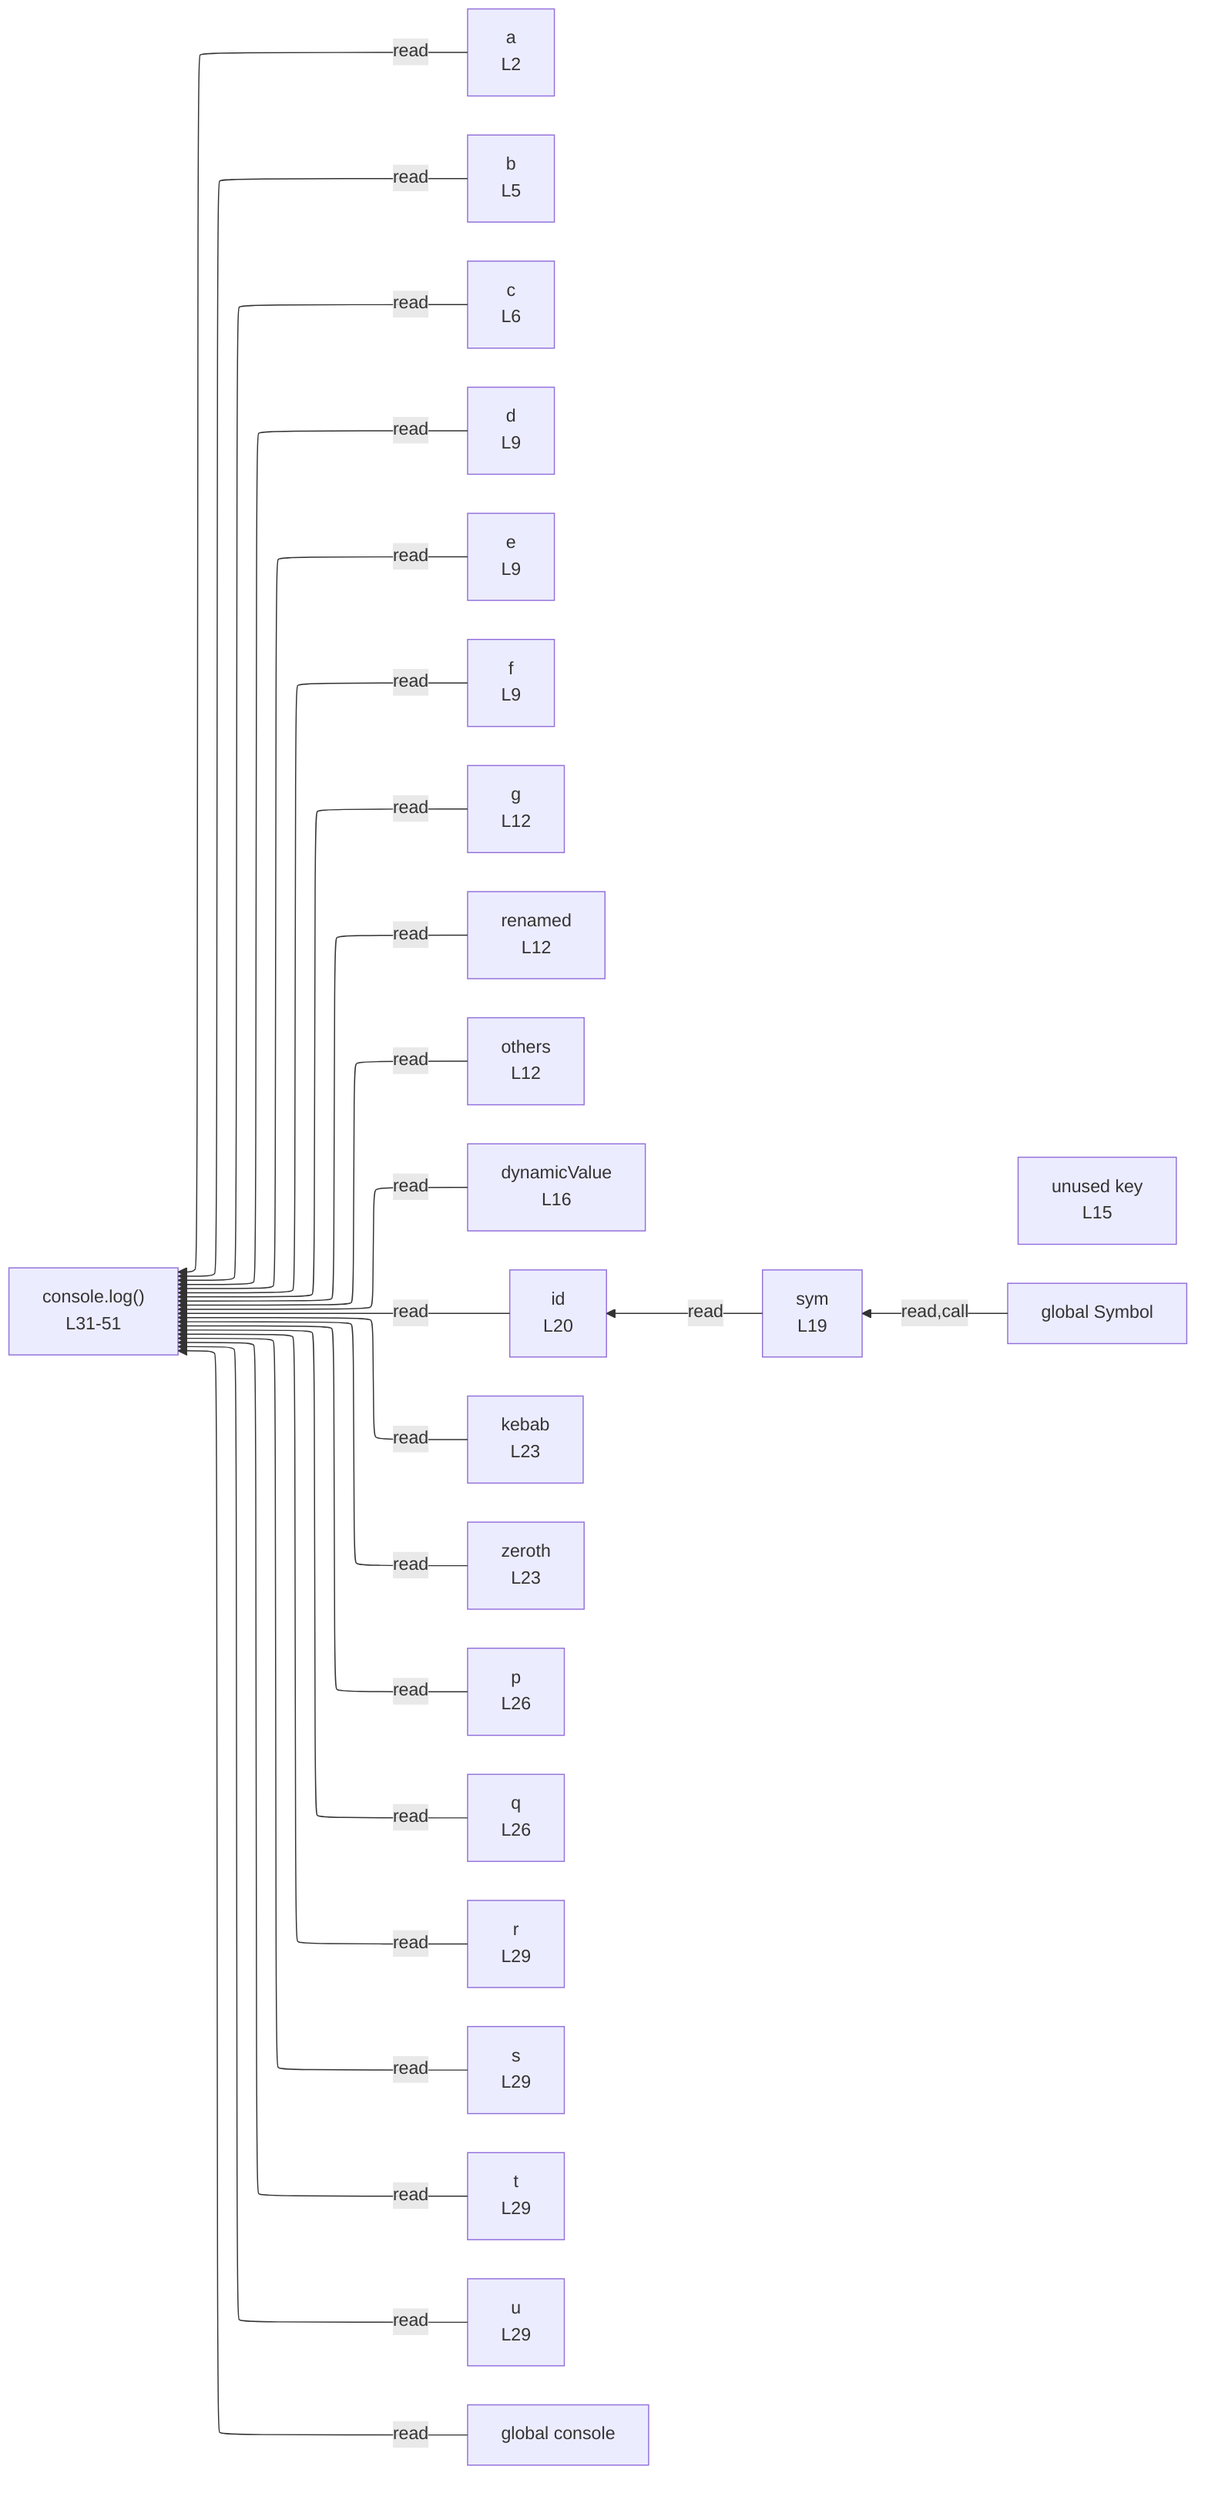
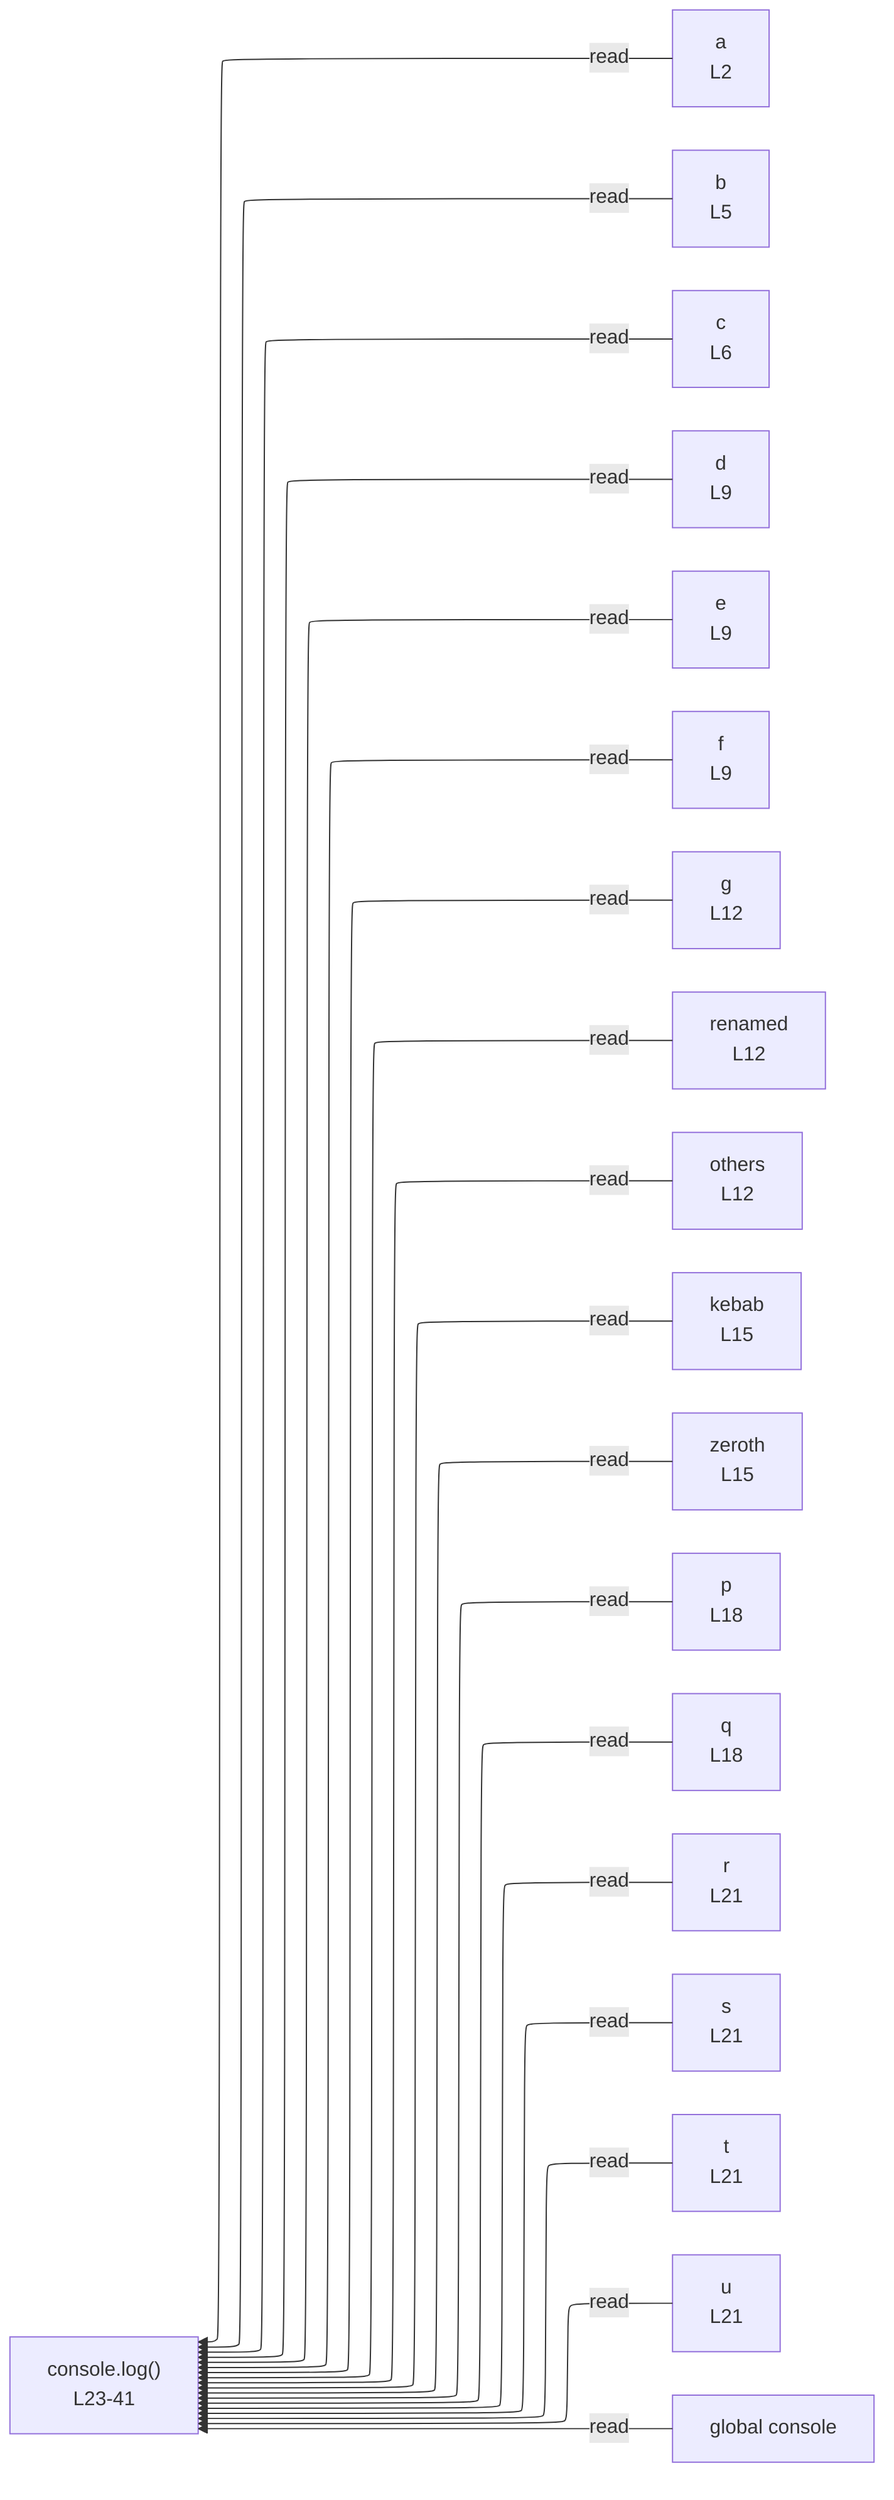
%%{init: {"flowchart": {"defaultRenderer": "elk"}}}%%
flowchart RL
  n_scope_0_a_15["a<br/>L2"]
  n_scope_0_b_53["b<br/>L5"]
  n_scope_0_c_62["c<br/>L6"]
  n_scope_0_d_118["d<br/>L9"]
  n_scope_0_e_129["e<br/>L9"]
  n_scope_0_f_135["f<br/>L9"]
  n_scope_0_g_209["g<br/>L12"]
  n_scope_0_renamed_215["renamed<br/>L12"]
  n_scope_0_others_233["others<br/>L12"]
-   n_scope_0_key_307["unused key<br/>L15"]
-   n_scope_0_dynamicValue_339["dynamicValue<br/>L16"]
-   n_scope_0_sym_434["sym<br/>L19"]
-   n_scope_0_id_469["id<br/>L20"]
-   n_scope_0_kebab_561["kebab<br/>L23"]
-   n_scope_0_zeroth_571["zeroth<br/>L23"]
-   n_scope_0_p_671["p<br/>L26"]
-   n_scope_0_q_678["q<br/>L26"]
-   n_scope_0_r_754["r<br/>L29"]
-   n_scope_0_s_757["s<br/>L29"]
-   n_scope_0_t_767["t<br/>L29"]
-   n_scope_0_u_770["u<br/>L29"]
-   n_scope_0_Symbol_440["global Symbol"]
-   n_scope_0_console_803["global console"]
-   n_scope_0_Symbol_440 -->|read,call| n_scope_0_sym_434
-   n_scope_0_sym_434 -->|read| n_scope_0_id_469
-   n_scope_0_console_803 -->|read| expr_stmt_803
-   n_scope_0_a_15 -->|read| expr_stmt_803
-   n_scope_0_b_53 -->|read| expr_stmt_803
-   n_scope_0_c_62 -->|read| expr_stmt_803
-   n_scope_0_d_118 -->|read| expr_stmt_803
-   n_scope_0_e_129 -->|read| expr_stmt_803
-   n_scope_0_f_135 -->|read| expr_stmt_803
-   n_scope_0_g_209 -->|read| expr_stmt_803
-   n_scope_0_renamed_215 -->|read| expr_stmt_803
-   n_scope_0_others_233 -->|read| expr_stmt_803
-   n_scope_0_dynamicValue_339 -->|read| expr_stmt_803
-   n_scope_0_id_469 -->|read| expr_stmt_803
-   n_scope_0_kebab_561 -->|read| expr_stmt_803
-   n_scope_0_zeroth_571 -->|read| expr_stmt_803
-   n_scope_0_p_671 -->|read| expr_stmt_803
-   n_scope_0_q_678 -->|read| expr_stmt_803
-   n_scope_0_r_754 -->|read| expr_stmt_803
-   n_scope_0_s_757 -->|read| expr_stmt_803
-   n_scope_0_t_767 -->|read| expr_stmt_803
-   n_scope_0_u_770 -->|read| expr_stmt_803
-   expr_stmt_803["console.log()<br/>L31-51"]
+   n_scope_0_kebab_329["kebab<br/>L15"]
+   n_scope_0_zeroth_339["zeroth<br/>L15"]
+   n_scope_0_p_439["p<br/>L18"]
+   n_scope_0_q_446["q<br/>L18"]
+   n_scope_0_r_522["r<br/>L21"]
+   n_scope_0_s_525["s<br/>L21"]
+   n_scope_0_t_535["t<br/>L21"]
+   n_scope_0_u_538["u<br/>L21"]
+   n_scope_0_console_571["global console"]
+   n_scope_0_console_571 -->|read| expr_stmt_571
+   n_scope_0_a_15 -->|read| expr_stmt_571
+   n_scope_0_b_53 -->|read| expr_stmt_571
+   n_scope_0_c_62 -->|read| expr_stmt_571
+   n_scope_0_d_118 -->|read| expr_stmt_571
+   n_scope_0_e_129 -->|read| expr_stmt_571
+   n_scope_0_f_135 -->|read| expr_stmt_571
+   n_scope_0_g_209 -->|read| expr_stmt_571
+   n_scope_0_renamed_215 -->|read| expr_stmt_571
+   n_scope_0_others_233 -->|read| expr_stmt_571
+   n_scope_0_kebab_329 -->|read| expr_stmt_571
+   n_scope_0_zeroth_339 -->|read| expr_stmt_571
+   n_scope_0_p_439 -->|read| expr_stmt_571
+   n_scope_0_q_446 -->|read| expr_stmt_571
+   n_scope_0_r_522 -->|read| expr_stmt_571
+   n_scope_0_s_525 -->|read| expr_stmt_571
+   n_scope_0_t_535 -->|read| expr_stmt_571
+   n_scope_0_u_538 -->|read| expr_stmt_571
+   expr_stmt_571["console.log()<br/>L23-41"]
